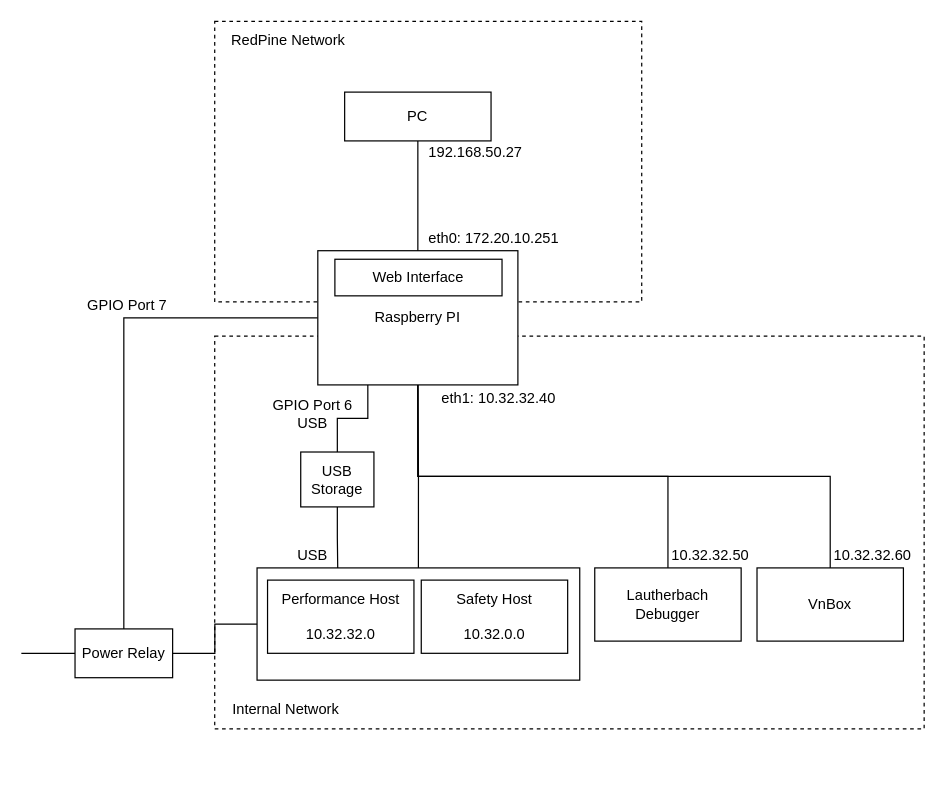
This is docs/diagrams/redcon-overview.drawio from atakancelikkol/redcon, a draw.io file, before an edit. Source tidied: cells renumbered, new cells numbered last; positions are measured from the earlier drawing's top-left corner, leaving out a move shared by most shapes. Both pictures are drawn from the tidied source at 122%, with x=0, y=0 at pixel (21, 21).
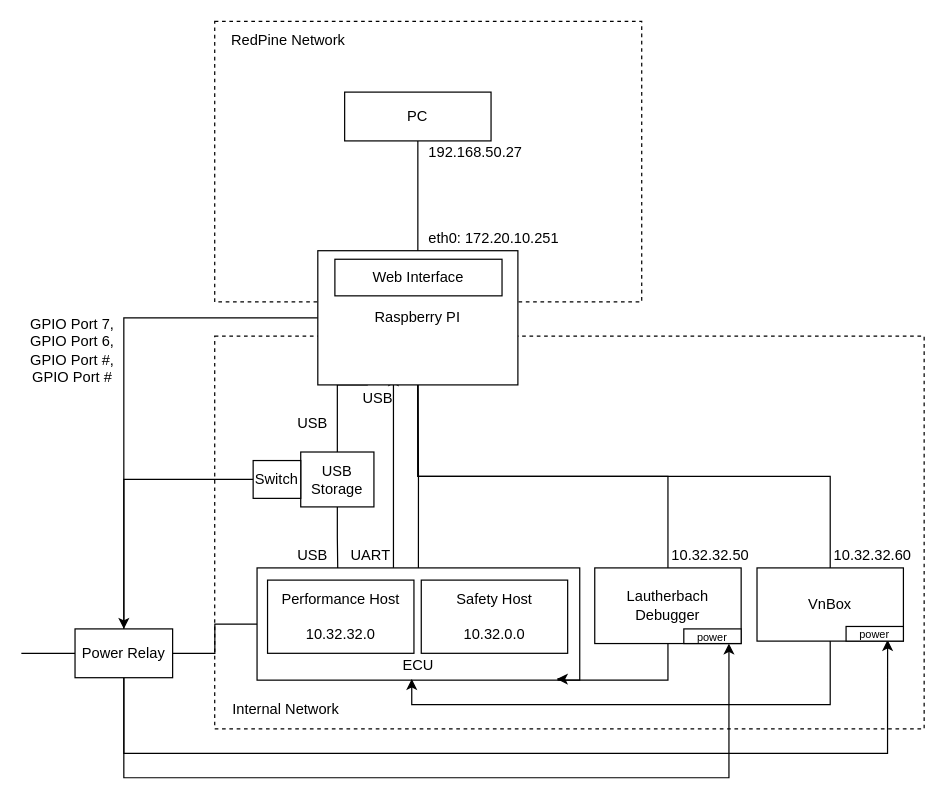
The same page after the edit.

The change refers to these unchanged cells:
```xml
<mxCell id="4" style="rounded=0;whiteSpace=wrap;html=1;" parent="1" vertex="1">
  <mxGeometry x="193.2" y="448" width="264.5" height="92" as="geometry" />
</mxCell>
<mxCell id="8" value="Raspberry PI" style="rounded=0;whiteSpace=wrap;html=1;" parent="1" vertex="1">
  <mxGeometry x="243" y="188" width="164" height="110" as="geometry" />
</mxCell>
<mxCell id="21" value="Power Relay" style="rounded=0;whiteSpace=wrap;html=1;" parent="1" vertex="1">
  <mxGeometry x="44" y="498" width="80" height="40" as="geometry" />
</mxCell>
<mxCell id="26" value="VnBox" style="rounded=0;whiteSpace=wrap;html=1;" parent="1" vertex="1">
  <mxGeometry x="603" y="448" width="120" height="60" as="geometry" />
</mxCell>
<mxCell id="30" value="USB Storage" style="rounded=0;whiteSpace=wrap;html=1;" parent="1" vertex="1">
  <mxGeometry x="229" y="353" width="60" height="45" as="geometry" />
</mxCell>
```

Change to the diagram source:
```diff
@@
+    <mxCell id="33" style="edgeStyle=orthogonalEdgeStyle;rounded=0;jettySize=auto;html=1;" parent="1" edge="1" source="4">
+      <mxGeometry relative="1" as="geometry">
+        <mxPoint x="305" y="290" as="targetPoint" />
+        <Array as="points">
+          <mxPoint x="305" y="410" />
+          <mxPoint x="305" y="410" />
+        </Array>
+      </mxGeometry>
+    </mxCell>
@@
     <mxCell id="7" style="edgeStyle=orthogonalEdgeStyle;rounded=0;jettySize=auto;html=1;exitX=0.25;exitY=1;exitDx=0;exitDy=0;entryX=0.5;entryY=0;entryDx=0;entryDy=0;endArrow=none;endFill=0;" parent="1" edge="1" source="8" target="30">
-      <mxGeometry relative="1" as="geometry" />
+      <mxGeometry relative="1" as="geometry">
+        <Array as="points">
+          <mxPoint x="259" y="298" />
+        </Array>
+      </mxGeometry>
     </mxCell>
@@
-    <mxCell id="14" value="eth1: 10.32.32.40" style="text;html=1;strokeColor=none;fillColor=none;align=center;verticalAlign=middle;whiteSpace=wrap;rounded=0;" parent="1" vertex="1">
-      <mxGeometry x="335" y="299" width="113" height="20" as="geometry" />
+    <mxCell id="14" value="USB" style="text;html=1;strokeColor=none;fillColor=none;align=center;verticalAlign=middle;whiteSpace=wrap;rounded=0;" parent="1" vertex="1">
+      <mxGeometry x="280" y="298" width="25" height="21" as="geometry" />
     </mxCell>
@@
+    <mxCell id="34" style="edgeStyle=orthogonalEdgeStyle;rounded=0;jettySize=auto;html=1;entryX=0.892;entryY=0.983;entryDx=0;entryDy=0;entryPerimeter=0;" parent="1" edge="1" source="21" target="26">
+      <mxGeometry relative="1" as="geometry">
+        <Array as="points">
+          <mxPoint x="84" y="600" />
+          <mxPoint x="710" y="600" />
+        </Array>
+      </mxGeometry>
+    </mxCell>
+    <mxCell id="35" style="edgeStyle=orthogonalEdgeStyle;rounded=0;jettySize=auto;html=1;" parent="1" edge="1" source="21">
+      <mxGeometry relative="1" as="geometry">
+        <mxPoint x="580" y="510" as="targetPoint" />
+        <Array as="points">
+          <mxPoint x="84" y="620" />
+          <mxPoint x="580" y="620" />
+        </Array>
+      </mxGeometry>
+    </mxCell>
@@
+    <mxCell id="36" style="edgeStyle=orthogonalEdgeStyle;rounded=0;jettySize=auto;html=1;entryX=0.929;entryY=0.989;entryDx=0;entryDy=0;entryPerimeter=0;" parent="1" edge="1" source="23" target="4">
+      <mxGeometry relative="1" as="geometry">
+        <Array as="points">
+          <mxPoint x="530" y="540" />
+          <mxPoint x="440" y="540" />
+        </Array>
+      </mxGeometry>
+    </mxCell>
     <mxCell id="23" value="Lautherbach&lt;br&gt;Debugger" style="rounded=0;whiteSpace=wrap;html=1;" parent="1" vertex="1">
-      <mxGeometry x="470" y="448" width="120" height="60" as="geometry" />
+      <mxGeometry x="470" y="448" width="120" height="62" as="geometry" />
     </mxCell>
@@
+    <mxCell id="37" style="edgeStyle=orthogonalEdgeStyle;rounded=0;jettySize=auto;html=1;" parent="1" edge="1" source="26">
+      <mxGeometry relative="1" as="geometry">
+        <mxPoint x="320" y="539" as="targetPoint" />
+        <Array as="points">
+          <mxPoint x="663" y="560" />
+          <mxPoint x="320" y="560" />
+          <mxPoint x="320" y="539" />
+        </Array>
+      </mxGeometry>
+    </mxCell>
@@
-    <mxCell id="28" value="GPIO Port 7" style="text;html=1;strokeColor=none;fillColor=none;align=center;verticalAlign=middle;whiteSpace=wrap;rounded=0;" parent="1" vertex="1">
-      <mxGeometry x="50" y="223" width="74" height="20" as="geometry" />
+    <mxCell id="28" value="GPIO Port 7,&lt;br&gt;GPIO Port 6, GPIO Port #,&lt;br&gt;GPIO Port #" style="text;html=1;strokeColor=none;fillColor=none;align=center;verticalAlign=middle;whiteSpace=wrap;rounded=0;" parent="1" vertex="1">
+      <mxGeometry y="241" width="84" height="57" as="geometry" />
     </mxCell>
@@
+    <mxCell id="38" style="edgeStyle=orthogonalEdgeStyle;rounded=0;jettySize=auto;html=1;" parent="1" edge="1" source="39" target="21">
+      <mxGeometry relative="1" as="geometry" />
+    </mxCell>
@@
-    <mxCell id="31" value="GPIO Port 6&lt;br&gt;USB" style="text;html=1;strokeColor=none;fillColor=none;align=center;verticalAlign=middle;whiteSpace=wrap;rounded=0;" parent="1" vertex="1">
+    <mxCell id="31" value="&lt;br&gt;USB" style="text;html=1;strokeColor=none;fillColor=none;align=center;verticalAlign=middle;whiteSpace=wrap;rounded=0;" parent="1" vertex="1">
       <mxGeometry x="202" y="308" width="74" height="28" as="geometry" />
     </mxCell>
@@
+    <mxCell id="39" value="Switch" style="rounded=0;whiteSpace=wrap;html=1;" parent="1" vertex="1">
+      <mxGeometry x="190" y="360" width="39" height="31" as="geometry" />
+    </mxCell>
+    <mxCell id="40" value="ECU" style="text;html=1;align=center;verticalAlign=middle;" parent="1" vertex="1">
+      <mxGeometry x="305" y="518" width="40" height="20" as="geometry" />
+    </mxCell>
+    <mxCell id="41" value="UART" style="text;html=1;strokeColor=none;fillColor=none;align=center;verticalAlign=middle;whiteSpace=wrap;rounded=0;" parent="1" vertex="1">
+      <mxGeometry x="274" y="427" width="25" height="21" as="geometry" />
+    </mxCell>
+    <mxCell id="42" value="&lt;font style=&quot;font-size: 9px&quot;&gt;power&lt;/font&gt;" style="rounded=0;whiteSpace=wrap;html=1;strokeColor=#000000;" parent="1" vertex="1">
+      <mxGeometry x="543" y="498" width="47" height="12" as="geometry" />
+    </mxCell>
+    <mxCell id="43" value="&lt;font style=&quot;font-size: 9px&quot;&gt;power&lt;/font&gt;" style="rounded=0;whiteSpace=wrap;html=1;strokeColor=#000000;" parent="1" vertex="1">
+      <mxGeometry x="676" y="496" width="47" height="12" as="geometry" />
+    </mxCell>
```
